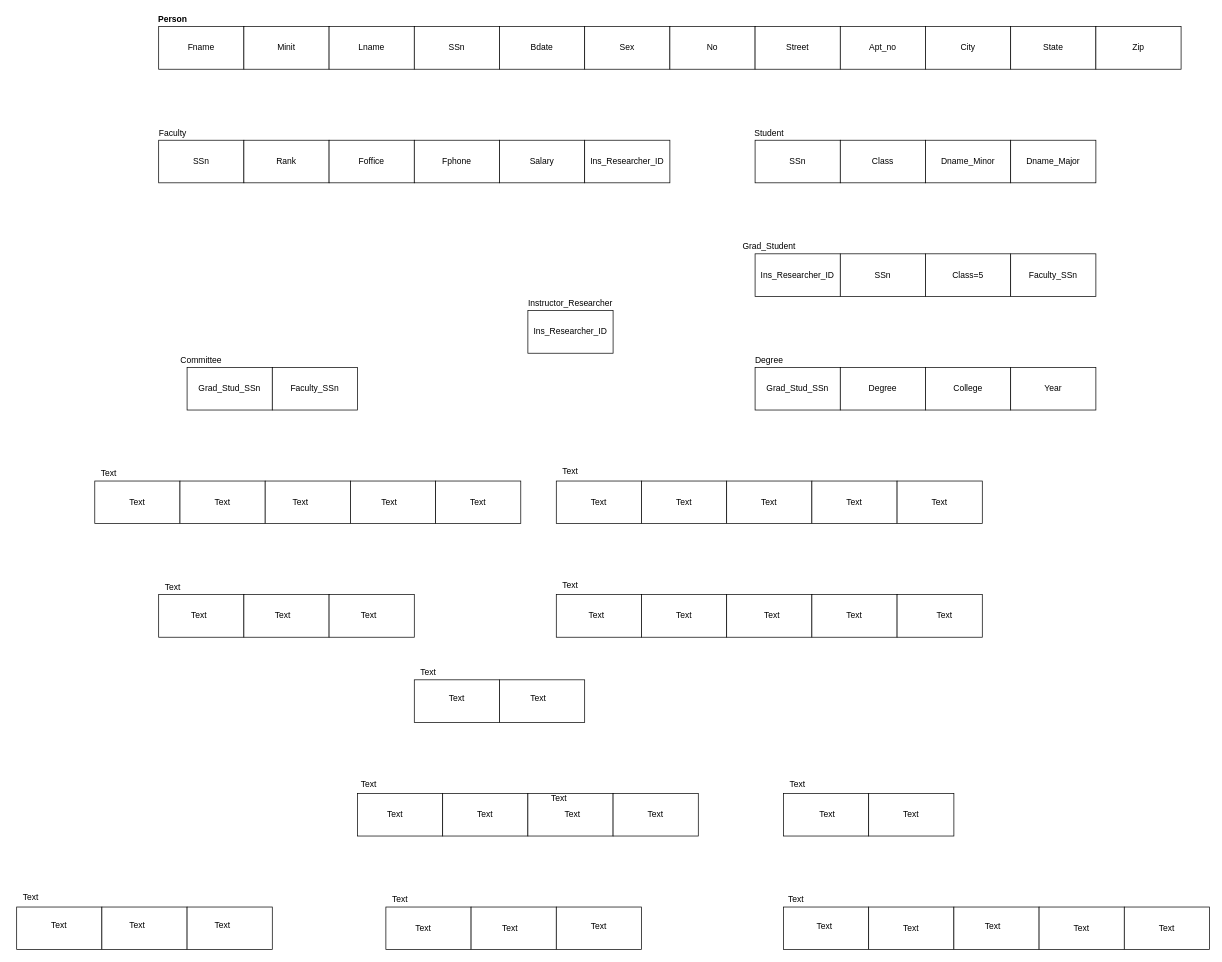
Before: Lab 3 University Database RS Part 2.drawio in MuhammadIrfan92/Database-Engineering-Semester-7, a draw.io diagram. Source tidied: cells renumbered, new cells numbered last; positions are measured from the earlier drawing's top-left corner, leaving out a move shared by most shapes. Both pictures are drawn from the tidied source at 71%, with x=0, y=0 at pixel (16, 12).
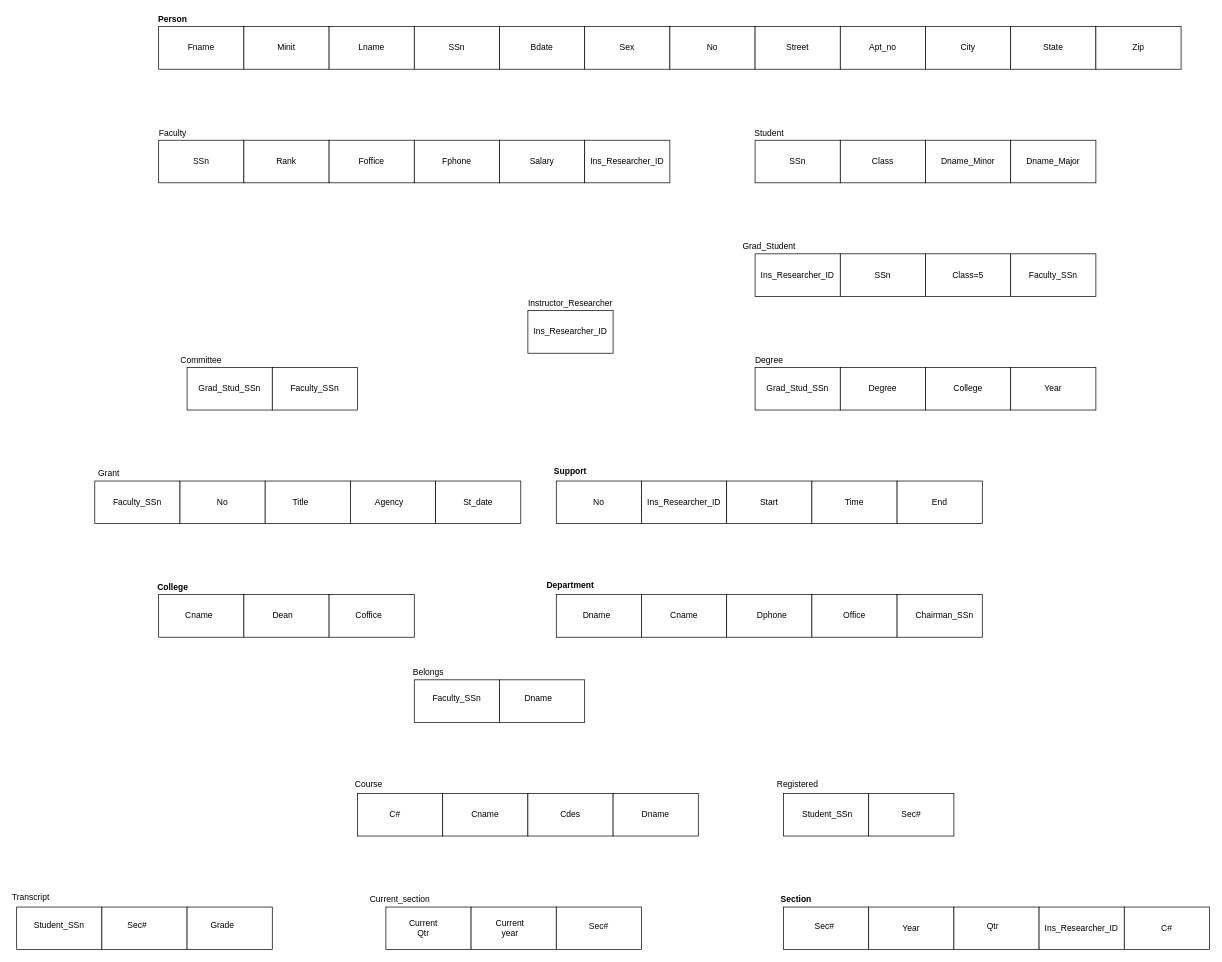
After the change.

What changed in the source:
```diff
@@
-    <mxCell id="57" style="rounded=0;whiteSpace=wrap;html=1;" parent="1" vertex="1">
+    <mxCell id="57" value="Cdes" style="rounded=0;whiteSpace=wrap;html=1;" parent="1" vertex="1">
       <mxGeometry x="720" y="1100" width="120" height="60" as="geometry" />
     </mxCell>
@@
-    <mxCell id="64" style="rounded=0;whiteSpace=wrap;html=1;" parent="1" vertex="1">
+    <mxCell id="64" value="&lt;span&gt;Ins_Researcher_ID&lt;/span&gt;" style="rounded=0;whiteSpace=wrap;html=1;" parent="1" vertex="1">
       <mxGeometry x="1440" y="1260" width="120" height="60" as="geometry" />
     </mxCell>
@@
-    <mxCell id="108" value="Text" style="text;html=1;strokeColor=none;fillColor=none;align=center;verticalAlign=middle;whiteSpace=wrap;rounded=0;" parent="1" vertex="1">
+    <mxCell id="108" value="Start" style="text;html=1;strokeColor=none;fillColor=none;align=center;verticalAlign=middle;whiteSpace=wrap;rounded=0;" parent="1" vertex="1">
       <mxGeometry x="1040" y="680" width="40" height="20" as="geometry" />
     </mxCell>
-    <mxCell id="109" value="Text" style="text;html=1;strokeColor=none;fillColor=none;align=center;verticalAlign=middle;whiteSpace=wrap;rounded=0;" parent="1" vertex="1">
+    <mxCell id="109" value="Ins_Researcher_ID" style="text;html=1;strokeColor=none;fillColor=none;align=center;verticalAlign=middle;whiteSpace=wrap;rounded=0;" parent="1" vertex="1">
       <mxGeometry x="920" y="680" width="40" height="20" as="geometry" />
     </mxCell>
-    <mxCell id="110" value="Text" style="text;html=1;strokeColor=none;fillColor=none;align=center;verticalAlign=middle;whiteSpace=wrap;rounded=0;" parent="1" vertex="1">
+    <mxCell id="110" value="Grant" style="text;html=1;strokeColor=none;fillColor=none;align=center;verticalAlign=middle;whiteSpace=wrap;rounded=0;" parent="1" vertex="1">
       <mxGeometry x="110" y="640" width="40" height="20" as="geometry" />
     </mxCell>
-    <mxCell id="111" value="Text" style="text;html=1;strokeColor=none;fillColor=none;align=center;verticalAlign=middle;whiteSpace=wrap;rounded=0;" parent="1" vertex="1">
+    <mxCell id="111" value="No" style="text;html=1;strokeColor=none;fillColor=none;align=center;verticalAlign=middle;whiteSpace=wrap;rounded=0;" parent="1" vertex="1">
       <mxGeometry x="800" y="680" width="40" height="20" as="geometry" />
     </mxCell>
-    <mxCell id="112" value="Text" style="text;html=1;strokeColor=none;fillColor=none;align=center;verticalAlign=middle;whiteSpace=wrap;rounded=0;" parent="1" vertex="1">
+    <mxCell id="112" value="St_date" style="text;html=1;strokeColor=none;fillColor=none;align=center;verticalAlign=middle;whiteSpace=wrap;rounded=0;" parent="1" vertex="1">
       <mxGeometry x="630" y="680" width="40" height="20" as="geometry" />
     </mxCell>
-    <mxCell id="113" value="Text" style="text;html=1;strokeColor=none;fillColor=none;align=center;verticalAlign=middle;whiteSpace=wrap;rounded=0;" parent="1" vertex="1">
+    <mxCell id="113" value="Agency" style="text;html=1;strokeColor=none;fillColor=none;align=center;verticalAlign=middle;whiteSpace=wrap;rounded=0;" parent="1" vertex="1">
       <mxGeometry x="505" y="680" width="40" height="20" as="geometry" />
     </mxCell>
-    <mxCell id="114" value="Text" style="text;html=1;strokeColor=none;fillColor=none;align=center;verticalAlign=middle;whiteSpace=wrap;rounded=0;" parent="1" vertex="1">
+    <mxCell id="114" value="Title" style="text;html=1;strokeColor=none;fillColor=none;align=center;verticalAlign=middle;whiteSpace=wrap;rounded=0;" parent="1" vertex="1">
       <mxGeometry x="380" y="680" width="40" height="20" as="geometry" />
     </mxCell>
-    <mxCell id="115" value="Text" style="text;html=1;strokeColor=none;fillColor=none;align=center;verticalAlign=middle;whiteSpace=wrap;rounded=0;" parent="1" vertex="1">
+    <mxCell id="115" value="No" style="text;html=1;strokeColor=none;fillColor=none;align=center;verticalAlign=middle;whiteSpace=wrap;rounded=0;" parent="1" vertex="1">
       <mxGeometry x="270" y="680" width="40" height="20" as="geometry" />
     </mxCell>
-    <mxCell id="116" value="Text" style="text;html=1;strokeColor=none;fillColor=none;align=center;verticalAlign=middle;whiteSpace=wrap;rounded=0;" parent="1" vertex="1">
+    <mxCell id="116" value="Faculty_SSn" style="text;html=1;strokeColor=none;fillColor=none;align=center;verticalAlign=middle;whiteSpace=wrap;rounded=0;" parent="1" vertex="1">
       <mxGeometry x="150" y="680" width="40" height="20" as="geometry" />
     </mxCell>
@@
-    <mxCell id="120" value="Text" style="text;html=1;strokeColor=none;fillColor=none;align=center;verticalAlign=middle;whiteSpace=wrap;rounded=0;" parent="1" vertex="1">
+    <mxCell id="120" value="End" style="text;html=1;strokeColor=none;fillColor=none;align=center;verticalAlign=middle;whiteSpace=wrap;rounded=0;" parent="1" vertex="1">
       <mxGeometry x="1280" y="680" width="40" height="20" as="geometry" />
     </mxCell>
-    <mxCell id="121" value="Text" style="text;html=1;strokeColor=none;fillColor=none;align=center;verticalAlign=middle;whiteSpace=wrap;rounded=0;" parent="1" vertex="1">
+    <mxCell id="121" value="Time" style="text;html=1;strokeColor=none;fillColor=none;align=center;verticalAlign=middle;whiteSpace=wrap;rounded=0;" parent="1" vertex="1">
       <mxGeometry x="1160" y="680" width="40" height="20" as="geometry" />
     </mxCell>
-    <mxCell id="122" value="Text" style="text;html=1;strokeColor=none;fillColor=none;align=center;verticalAlign=middle;whiteSpace=wrap;rounded=0;" parent="1" vertex="1">
+    <mxCell id="122" value="&lt;b&gt;Support&lt;/b&gt;" style="text;html=1;strokeColor=none;fillColor=none;align=center;verticalAlign=middle;whiteSpace=wrap;rounded=0;" parent="1" vertex="1">
       <mxGeometry x="760" y="637" width="40" height="20" as="geometry" />
     </mxCell>
-    <mxCell id="123" value="Text" style="text;html=1;strokeColor=none;fillColor=none;align=center;verticalAlign=middle;whiteSpace=wrap;rounded=0;" parent="1" vertex="1">
+    <mxCell id="123" value="Registered" style="text;html=1;strokeColor=none;fillColor=none;align=center;verticalAlign=middle;whiteSpace=wrap;rounded=0;" parent="1" vertex="1">
       <mxGeometry x="1080" y="1078" width="40" height="20" as="geometry" />
     </mxCell>
-    <mxCell id="124" value="Text" style="text;html=1;strokeColor=none;fillColor=none;align=center;verticalAlign=middle;whiteSpace=wrap;rounded=0;" parent="1" vertex="1">
+    <mxCell id="124" value="Course" style="text;html=1;strokeColor=none;fillColor=none;align=center;verticalAlign=middle;whiteSpace=wrap;rounded=0;" parent="1" vertex="1">
       <mxGeometry x="476" y="1078" width="40" height="20" as="geometry" />
     </mxCell>
-    <mxCell id="125" value="Text" style="text;html=1;strokeColor=none;fillColor=none;align=center;verticalAlign=middle;whiteSpace=wrap;rounded=0;" parent="1" vertex="1">
+    <mxCell id="125" value="Chairman_SSn" style="text;html=1;strokeColor=none;fillColor=none;align=center;verticalAlign=middle;whiteSpace=wrap;rounded=0;" parent="1" vertex="1">
       <mxGeometry x="1287" y="840" width="40" height="20" as="geometry" />
     </mxCell>
-    <mxCell id="126" value="Text" style="text;html=1;strokeColor=none;fillColor=none;align=center;verticalAlign=middle;whiteSpace=wrap;rounded=0;" parent="1" vertex="1">
+    <mxCell id="126" value="Office" style="text;html=1;strokeColor=none;fillColor=none;align=center;verticalAlign=middle;whiteSpace=wrap;rounded=0;" parent="1" vertex="1">
       <mxGeometry x="1160" y="840" width="40" height="20" as="geometry" />
     </mxCell>
-    <mxCell id="127" value="Text" style="text;html=1;strokeColor=none;fillColor=none;align=center;verticalAlign=middle;whiteSpace=wrap;rounded=0;" parent="1" vertex="1">
+    <mxCell id="127" value="Dphone" style="text;html=1;strokeColor=none;fillColor=none;align=center;verticalAlign=middle;whiteSpace=wrap;rounded=0;" parent="1" vertex="1">
       <mxGeometry x="1044" y="840" width="40" height="20" as="geometry" />
     </mxCell>
-    <mxCell id="128" value="Text" style="text;html=1;strokeColor=none;fillColor=none;align=center;verticalAlign=middle;whiteSpace=wrap;rounded=0;" parent="1" vertex="1">
+    <mxCell id="128" value="Cname" style="text;html=1;strokeColor=none;fillColor=none;align=center;verticalAlign=middle;whiteSpace=wrap;rounded=0;" parent="1" vertex="1">
       <mxGeometry x="920" y="840" width="40" height="20" as="geometry" />
     </mxCell>
-    <mxCell id="129" value="Text" style="text;html=1;strokeColor=none;fillColor=none;align=center;verticalAlign=middle;whiteSpace=wrap;rounded=0;" parent="1" vertex="1">
+    <mxCell id="129" value="Dname" style="text;html=1;strokeColor=none;fillColor=none;align=center;verticalAlign=middle;whiteSpace=wrap;rounded=0;" parent="1" vertex="1">
       <mxGeometry x="797" y="840" width="40" height="20" as="geometry" />
     </mxCell>
-    <mxCell id="130" value="Text" style="text;html=1;strokeColor=none;fillColor=none;align=center;verticalAlign=middle;whiteSpace=wrap;rounded=0;" parent="1" vertex="1">
+    <mxCell id="130" value="Dname" style="text;html=1;strokeColor=none;fillColor=none;align=center;verticalAlign=middle;whiteSpace=wrap;rounded=0;" parent="1" vertex="1">
       <mxGeometry x="715" y="957" width="40" height="20" as="geometry" />
     </mxCell>
-    <mxCell id="131" value="Text" style="text;html=1;strokeColor=none;fillColor=none;align=center;verticalAlign=middle;whiteSpace=wrap;rounded=0;" parent="1" vertex="1">
+    <mxCell id="131" value="Faculty_SSn" style="text;html=1;strokeColor=none;fillColor=none;align=center;verticalAlign=middle;whiteSpace=wrap;rounded=0;" parent="1" vertex="1">
       <mxGeometry x="600" y="957" width="40" height="20" as="geometry" />
     </mxCell>
-    <mxCell id="132" value="Text" style="text;html=1;strokeColor=none;fillColor=none;align=center;verticalAlign=middle;whiteSpace=wrap;rounded=0;" parent="1" vertex="1">
+    <mxCell id="132" value="Belongs" style="text;html=1;strokeColor=none;fillColor=none;align=center;verticalAlign=middle;whiteSpace=wrap;rounded=0;" parent="1" vertex="1">
       <mxGeometry x="560" y="920" width="40" height="20" as="geometry" />
     </mxCell>
-    <mxCell id="133" value="Text" style="text;html=1;strokeColor=none;fillColor=none;align=center;verticalAlign=middle;whiteSpace=wrap;rounded=0;" parent="1" vertex="1">
+    <mxCell id="133" value="&lt;b&gt;Department&lt;/b&gt;" style="text;html=1;strokeColor=none;fillColor=none;align=center;verticalAlign=middle;whiteSpace=wrap;rounded=0;" parent="1" vertex="1">
       <mxGeometry x="760" y="797" width="40" height="20" as="geometry" />
     </mxCell>
-    <mxCell id="134" value="Text" style="text;html=1;strokeColor=none;fillColor=none;align=center;verticalAlign=middle;whiteSpace=wrap;rounded=0;" parent="1" vertex="1">
+    <mxCell id="134" value="&lt;b&gt;College&lt;/b&gt;" style="text;html=1;strokeColor=none;fillColor=none;align=center;verticalAlign=middle;whiteSpace=wrap;rounded=0;" parent="1" vertex="1">
       <mxGeometry x="200" y="800" width="40" height="20" as="geometry" />
     </mxCell>
-    <mxCell id="135" value="Text" style="text;html=1;strokeColor=none;fillColor=none;align=center;verticalAlign=middle;whiteSpace=wrap;rounded=0;" parent="1" vertex="1">
+    <mxCell id="135" value="Coffice" style="text;html=1;strokeColor=none;fillColor=none;align=center;verticalAlign=middle;whiteSpace=wrap;rounded=0;" parent="1" vertex="1">
       <mxGeometry x="476" y="840" width="40" height="20" as="geometry" />
     </mxCell>
-    <mxCell id="136" value="Text" style="text;html=1;strokeColor=none;fillColor=none;align=center;verticalAlign=middle;whiteSpace=wrap;rounded=0;" parent="1" vertex="1">
+    <mxCell id="136" value="Dean" style="text;html=1;strokeColor=none;fillColor=none;align=center;verticalAlign=middle;whiteSpace=wrap;rounded=0;" parent="1" vertex="1">
       <mxGeometry x="355" y="840" width="40" height="20" as="geometry" />
     </mxCell>
-    <mxCell id="137" value="Text" style="text;html=1;strokeColor=none;fillColor=none;align=center;verticalAlign=middle;whiteSpace=wrap;rounded=0;" parent="1" vertex="1">
+    <mxCell id="137" value="Cname" style="text;html=1;strokeColor=none;fillColor=none;align=center;verticalAlign=middle;whiteSpace=wrap;rounded=0;" parent="1" vertex="1">
       <mxGeometry x="237" y="840" width="40" height="20" as="geometry" />
     </mxCell>
-    <mxCell id="138" value="Text" style="text;html=1;strokeColor=none;fillColor=none;align=center;verticalAlign=middle;whiteSpace=wrap;rounded=0;" parent="1" vertex="1">
+    <mxCell id="138" value="Sec#" style="text;html=1;strokeColor=none;fillColor=none;align=center;verticalAlign=middle;whiteSpace=wrap;rounded=0;" parent="1" vertex="1">
       <mxGeometry x="800" y="1278" width="40" height="20" as="geometry" />
     </mxCell>
-    <mxCell id="139" value="Text" style="text;html=1;strokeColor=none;fillColor=none;align=center;verticalAlign=middle;whiteSpace=wrap;rounded=0;" parent="1" vertex="1">
+    <mxCell id="139" value="Current year" style="text;html=1;strokeColor=none;fillColor=none;align=center;verticalAlign=middle;whiteSpace=wrap;rounded=0;" parent="1" vertex="1">
       <mxGeometry x="675" y="1280" width="40" height="20" as="geometry" />
     </mxCell>
-    <mxCell id="140" value="Text" style="text;html=1;strokeColor=none;fillColor=none;align=center;verticalAlign=middle;whiteSpace=wrap;rounded=0;" parent="1" vertex="1">
+    <mxCell id="140" value="Current_section" style="text;html=1;strokeColor=none;fillColor=none;align=center;verticalAlign=middle;whiteSpace=wrap;rounded=0;" parent="1" vertex="1">
       <mxGeometry x="520" y="1240" width="40" height="20" as="geometry" />
     </mxCell>
-    <mxCell id="141" value="Text" style="text;html=1;strokeColor=none;fillColor=none;align=center;verticalAlign=middle;whiteSpace=wrap;rounded=0;" parent="1" vertex="1">
+    <mxCell id="141" value="Current Qtr" style="text;html=1;strokeColor=none;fillColor=none;align=center;verticalAlign=middle;whiteSpace=wrap;rounded=0;" parent="1" vertex="1">
       <mxGeometry x="553" y="1280" width="40" height="20" as="geometry" />
     </mxCell>
-    <mxCell id="142" value="Text" style="text;html=1;strokeColor=none;fillColor=none;align=center;verticalAlign=middle;whiteSpace=wrap;rounded=0;" parent="1" vertex="1">
+    <mxCell id="142" value="Sec#" style="text;html=1;strokeColor=none;fillColor=none;align=center;verticalAlign=middle;whiteSpace=wrap;rounded=0;" parent="1" vertex="1">
       <mxGeometry x="1240" y="1120" width="40" height="20" as="geometry" />
     </mxCell>
-    <mxCell id="143" value="Text" style="text;html=1;strokeColor=none;fillColor=none;align=center;verticalAlign=middle;whiteSpace=wrap;rounded=0;" parent="1" vertex="1">
+    <mxCell id="143" value="Student_SSn" style="text;html=1;strokeColor=none;fillColor=none;align=center;verticalAlign=middle;whiteSpace=wrap;rounded=0;" parent="1" vertex="1">
       <mxGeometry x="1122" y="1120" width="40" height="20" as="geometry" />
     </mxCell>
-    <mxCell id="144" value="Text" style="text;html=1;strokeColor=none;fillColor=none;align=center;verticalAlign=middle;whiteSpace=wrap;rounded=0;" parent="1" vertex="1">
+    <mxCell id="144" value="Dname" style="text;html=1;strokeColor=none;fillColor=none;align=center;verticalAlign=middle;whiteSpace=wrap;rounded=0;" parent="1" vertex="1">
       <mxGeometry x="880" y="1120" width="40" height="20" as="geometry" />
     </mxCell>
-    <mxCell id="145" value="Text" style="text;html=1;strokeColor=none;fillColor=none;align=center;verticalAlign=middle;whiteSpace=wrap;rounded=0;" parent="1" vertex="1">
-      <mxGeometry x="763" y="1120" width="40" height="20" as="geometry" />
-    </mxCell>
-    <mxCell id="146" value="Text" style="text;html=1;strokeColor=none;fillColor=none;align=center;verticalAlign=middle;whiteSpace=wrap;rounded=0;" parent="1" vertex="1">
+    <mxCell id="146" value="Cname" style="text;html=1;strokeColor=none;fillColor=none;align=center;verticalAlign=middle;whiteSpace=wrap;rounded=0;" parent="1" vertex="1">
       <mxGeometry x="640" y="1120" width="40" height="20" as="geometry" />
     </mxCell>
-    <mxCell id="147" value="Text" style="text;html=1;strokeColor=none;fillColor=none;align=center;verticalAlign=middle;whiteSpace=wrap;rounded=0;" parent="1" vertex="1">
+    <mxCell id="147" value="C#" style="text;html=1;strokeColor=none;fillColor=none;align=center;verticalAlign=middle;whiteSpace=wrap;rounded=0;" parent="1" vertex="1">
       <mxGeometry x="513" y="1120" width="40" height="20" as="geometry" />
     </mxCell>
-    <mxCell id="148" value="Text" style="text;html=1;strokeColor=none;fillColor=none;align=center;verticalAlign=middle;whiteSpace=wrap;rounded=0;" parent="1" vertex="1">
-      <mxGeometry x="1480" y="1280" width="40" height="20" as="geometry" />
-    </mxCell>
-    <mxCell id="149" value="Text" style="text;html=1;strokeColor=none;fillColor=none;align=center;verticalAlign=middle;whiteSpace=wrap;rounded=0;" parent="1" vertex="1">
+    <mxCell id="149" value="Qtr" style="text;html=1;strokeColor=none;fillColor=none;align=center;verticalAlign=middle;whiteSpace=wrap;rounded=0;" parent="1" vertex="1">
       <mxGeometry x="1355" y="1278" width="40" height="20" as="geometry" />
     </mxCell>
-    <mxCell id="150" value="Text" style="text;html=1;strokeColor=none;fillColor=none;align=center;verticalAlign=middle;whiteSpace=wrap;rounded=0;" parent="1" vertex="1">
+    <mxCell id="150" value="Year" style="text;html=1;strokeColor=none;fillColor=none;align=center;verticalAlign=middle;whiteSpace=wrap;rounded=0;" parent="1" vertex="1">
       <mxGeometry x="1240" y="1280" width="40" height="20" as="geometry" />
     </mxCell>
-    <mxCell id="151" value="Text" style="text;html=1;strokeColor=none;fillColor=none;align=center;verticalAlign=middle;whiteSpace=wrap;rounded=0;" parent="1" vertex="1">
+    <mxCell id="151" value="Sec#" style="text;html=1;strokeColor=none;fillColor=none;align=center;verticalAlign=middle;whiteSpace=wrap;rounded=0;" parent="1" vertex="1">
       <mxGeometry x="1118" y="1278" width="40" height="20" as="geometry" />
     </mxCell>
-    <mxCell id="152" value="Text" style="text;html=1;strokeColor=none;fillColor=none;align=center;verticalAlign=middle;whiteSpace=wrap;rounded=0;" parent="1" vertex="1">
+    <mxCell id="152" value="&lt;b&gt;Section&lt;/b&gt;" style="text;html=1;strokeColor=none;fillColor=none;align=center;verticalAlign=middle;whiteSpace=wrap;rounded=0;" parent="1" vertex="1">
       <mxGeometry x="1078" y="1240" width="40" height="20" as="geometry" />
     </mxCell>
-    <mxCell id="153" value="Text" style="text;html=1;strokeColor=none;fillColor=none;align=center;verticalAlign=middle;whiteSpace=wrap;rounded=0;" parent="1" vertex="1">
+    <mxCell id="153" value="C#" style="text;html=1;strokeColor=none;fillColor=none;align=center;verticalAlign=middle;whiteSpace=wrap;rounded=0;" parent="1" vertex="1">
       <mxGeometry x="1600" y="1280" width="40" height="20" as="geometry" />
     </mxCell>
-    <mxCell id="154" value="Text" style="text;html=1;strokeColor=none;fillColor=none;align=center;verticalAlign=middle;whiteSpace=wrap;rounded=0;" parent="1" vertex="1">
-      <mxGeometry x="744" y="1097" width="40" height="20" as="geometry" />
-    </mxCell>
-    <mxCell id="155" value="Text" style="text;html=1;strokeColor=none;fillColor=none;align=center;verticalAlign=middle;whiteSpace=wrap;rounded=0;" parent="1" vertex="1">
+    <mxCell id="155" value="Grade" style="text;html=1;strokeColor=none;fillColor=none;align=center;verticalAlign=middle;whiteSpace=wrap;rounded=0;" parent="1" vertex="1">
       <mxGeometry x="270" y="1276" width="40" height="20" as="geometry" />
     </mxCell>
-    <mxCell id="156" value="Text" style="text;html=1;strokeColor=none;fillColor=none;align=center;verticalAlign=middle;whiteSpace=wrap;rounded=0;" parent="1" vertex="1">
+    <mxCell id="156" value="Sec#" style="text;html=1;strokeColor=none;fillColor=none;align=center;verticalAlign=middle;whiteSpace=wrap;rounded=0;" parent="1" vertex="1">
       <mxGeometry x="150" y="1276" width="40" height="20" as="geometry" />
     </mxCell>
-    <mxCell id="157" value="Text" style="text;html=1;strokeColor=none;fillColor=none;align=center;verticalAlign=middle;whiteSpace=wrap;rounded=0;" parent="1" vertex="1">
+    <mxCell id="157" value="Student_SSn" style="text;html=1;strokeColor=none;fillColor=none;align=center;verticalAlign=middle;whiteSpace=wrap;rounded=0;" parent="1" vertex="1">
       <mxGeometry x="40" y="1276" width="40" height="20" as="geometry" />
     </mxCell>
-    <mxCell id="158" value="Text" style="text;html=1;strokeColor=none;fillColor=none;align=center;verticalAlign=middle;whiteSpace=wrap;rounded=0;" parent="1" vertex="1">
+    <mxCell id="158" value="Transcript" style="text;html=1;strokeColor=none;fillColor=none;align=center;verticalAlign=middle;whiteSpace=wrap;rounded=0;" parent="1" vertex="1">
       <mxGeometry y="1237" width="40" height="20" as="geometry" />
     </mxCell>
```
